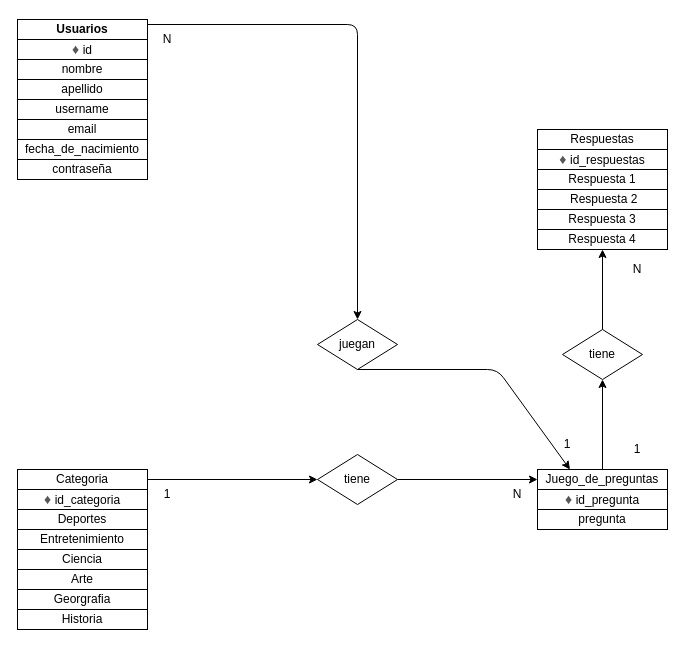
The draw.io diagram DER/DER 2.drawio in nelsonfacundo/proyecto, before the edit. Source tidied: cells renumbered, new cells numbered last; positions are measured from the earlier drawing's top-left corner, leaving out a move shared by most shapes. Both pictures are drawn from the tidied source at 100%, with x=0, y=0 at pixel (17, 19).
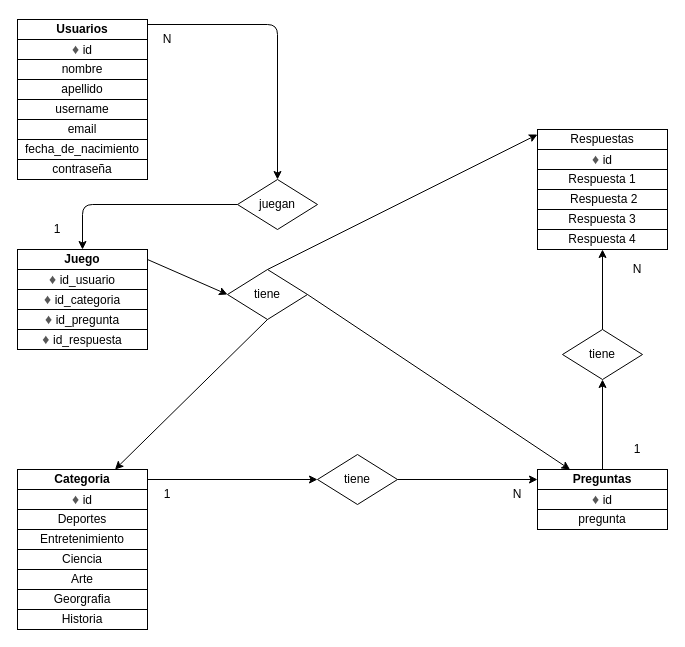
After the change.

Commit message:
modifico DER

Unchanged cells that the change refers to:
```xml
<mxCell id="2" value="&lt;b&gt;Usuarios&lt;/b&gt;" style="rounded=0;whiteSpace=wrap;html=1;" parent="1" vertex="1">
  <mxGeometry width="130" height="20" as="geometry" />
</mxCell>
<mxCell id="19" value="Respuestas" style="rounded=0;whiteSpace=wrap;html=1;" parent="1" vertex="1">
  <mxGeometry x="520" y="110" width="130" height="20" as="geometry" />
</mxCell>
```

Diff of the diagram source:
```diff
@@
-    <mxCell id="10" value="Categoria" style="rounded=0;whiteSpace=wrap;html=1;" parent="1" vertex="1">
+    <mxCell id="10" value="&lt;b&gt;Categoria&lt;/b&gt;" style="rounded=0;whiteSpace=wrap;html=1;" parent="1" vertex="1">
       <mxGeometry y="450" width="130" height="20" as="geometry" />
     </mxCell>
-    <mxCell id="11" value="&lt;span style=&quot;color: rgb(87 , 87 , 87) ; font-family: &amp;#34;lato&amp;#34; , &amp;#34;roboto&amp;#34; , &amp;#34;helvetica&amp;#34; , &amp;#34;helvetica neue&amp;#34; , &amp;#34;arial&amp;#34; , sans-serif ; font-size: 14px ; background-color: rgb(255 , 255 , 255)&quot;&gt;♦&amp;nbsp;&lt;/span&gt;id_categoria" style="rounded=0;whiteSpace=wrap;html=1;" parent="1" vertex="1">
+    <mxCell id="11" value="&lt;span style=&quot;color: rgb(87 , 87 , 87) ; font-family: &amp;#34;lato&amp;#34; , &amp;#34;roboto&amp;#34; , &amp;#34;helvetica&amp;#34; , &amp;#34;helvetica neue&amp;#34; , &amp;#34;arial&amp;#34; , sans-serif ; font-size: 14px ; background-color: rgb(255 , 255 , 255)&quot;&gt;♦&amp;nbsp;&lt;/span&gt;id" style="rounded=0;whiteSpace=wrap;html=1;" parent="1" vertex="1">
       <mxGeometry y="470" width="130" height="20" as="geometry" />
     </mxCell>
@@
-    <mxCell id="17" value="Juego_de_preguntas" style="rounded=0;whiteSpace=wrap;html=1;" parent="1" vertex="1">
+    <mxCell id="17" value="&lt;b&gt;Preguntas&lt;/b&gt;" style="rounded=0;whiteSpace=wrap;html=1;" parent="1" vertex="1">
       <mxGeometry x="520" y="450" width="130" height="20" as="geometry" />
     </mxCell>
-    <mxCell id="18" value="&lt;span style=&quot;color: rgb(87 , 87 , 87) ; font-family: &amp;#34;lato&amp;#34; , &amp;#34;roboto&amp;#34; , &amp;#34;helvetica&amp;#34; , &amp;#34;helvetica neue&amp;#34; , &amp;#34;arial&amp;#34; , sans-serif ; font-size: 14px ; background-color: rgb(255 , 255 , 255)&quot;&gt;♦&amp;nbsp;&lt;/span&gt;id_pregunta" style="rounded=0;whiteSpace=wrap;html=1;" parent="1" vertex="1">
+    <mxCell id="18" value="&lt;span style=&quot;color: rgb(87 , 87 , 87) ; font-family: &amp;#34;lato&amp;#34; , &amp;#34;roboto&amp;#34; , &amp;#34;helvetica&amp;#34; , &amp;#34;helvetica neue&amp;#34; , &amp;#34;arial&amp;#34; , sans-serif ; font-size: 14px ; background-color: rgb(255 , 255 , 255)&quot;&gt;♦&amp;nbsp;&lt;/span&gt;id" style="rounded=0;whiteSpace=wrap;html=1;" parent="1" vertex="1">
       <mxGeometry x="520" y="470" width="130" height="20" as="geometry" />
     </mxCell>
@@
     <mxCell id="34" value="juegan" style="rhombus;whiteSpace=wrap;html=1;" parent="1" vertex="1">
-      <mxGeometry x="300" y="300" width="80" height="50" as="geometry" />
+      <mxGeometry x="220" y="160" width="80" height="50" as="geometry" />
     </mxCell>
     <mxCell id="35" style="endArrow=classic;html=1;entryX=0.5;entryY=0;entryDx=0;entryDy=0;exitX=1;exitY=0.25;exitDx=0;exitDy=0;" parent="1" edge="1" source="2" target="34">
       <mxGeometry relative="1" as="geometry">
         <Array as="points">
-          <mxPoint x="340" y="5" />
+          <mxPoint x="260" y="5" />
         </Array>
       </mxGeometry>
     </mxCell>
-    <mxCell id="36" style="endArrow=classic;html=1;exitX=0.5;exitY=1;exitDx=0;exitDy=0;entryX=0.25;entryY=0;entryDx=0;entryDy=0;" parent="1" edge="1" source="34" target="17">
+    <mxCell id="36" style="endArrow=classic;html=1;exitX=0;exitY=0.5;exitDx=0;exitDy=0;entryX=0.5;entryY=0;entryDx=0;entryDy=0;" parent="1" edge="1" source="34" target="42">
       <mxGeometry relative="1" as="geometry">
         <Array as="points">
-          <mxPoint x="480" y="350" />
+          <mxPoint x="65" y="185" />
         </Array>
       </mxGeometry>
     </mxCell>
@@
     <mxCell id="38" value="1" style="text;html=1;strokeColor=none;fillColor=none;align=center;verticalAlign=middle;whiteSpace=wrap;rounded=0;" parent="1" vertex="1">
-      <mxGeometry x="530" y="415" width="40" height="20" as="geometry" />
+      <mxGeometry x="20" y="200" width="40" height="20" as="geometry" />
     </mxCell>
@@
-    <mxCell id="40" value="&lt;span style=&quot;color: rgb(87 , 87 , 87) ; font-family: &amp;#34;lato&amp;#34; , &amp;#34;roboto&amp;#34; , &amp;#34;helvetica&amp;#34; , &amp;#34;helvetica neue&amp;#34; , &amp;#34;arial&amp;#34; , sans-serif ; font-size: 14px ; background-color: rgb(255 , 255 , 255)&quot;&gt;♦&amp;nbsp;&lt;/span&gt;id_respuestas" style="rounded=0;whiteSpace=wrap;html=1;" parent="1" vertex="1">
+    <mxCell id="40" value="&lt;span style=&quot;color: rgb(87 , 87 , 87) ; font-family: &amp;#34;lato&amp;#34; , &amp;#34;roboto&amp;#34; , &amp;#34;helvetica&amp;#34; , &amp;#34;helvetica neue&amp;#34; , &amp;#34;arial&amp;#34; , sans-serif ; font-size: 14px ; background-color: rgb(255 , 255 , 255)&quot;&gt;♦&amp;nbsp;&lt;/span&gt;id" style="rounded=0;whiteSpace=wrap;html=1;" parent="1" vertex="1">
       <mxGeometry x="520" y="130" width="130" height="20" as="geometry" />
     </mxCell>
@@
+    <mxCell id="42" value="&lt;b&gt;Juego&lt;/b&gt;" style="rounded=0;whiteSpace=wrap;html=1;" parent="1" vertex="1">
+      <mxGeometry y="230" width="130" height="20" as="geometry" />
+    </mxCell>
+    <mxCell id="43" value="&lt;span style=&quot;color: rgb(87 , 87 , 87) ; font-family: &amp;#34;lato&amp;#34; , &amp;#34;roboto&amp;#34; , &amp;#34;helvetica&amp;#34; , &amp;#34;helvetica neue&amp;#34; , &amp;#34;arial&amp;#34; , sans-serif ; font-size: 14px ; background-color: rgb(255 , 255 , 255)&quot;&gt;♦&amp;nbsp;&lt;/span&gt;id_usuario" style="rounded=0;whiteSpace=wrap;html=1;" parent="1" vertex="1">
+      <mxGeometry y="250" width="130" height="20" as="geometry" />
+    </mxCell>
+    <mxCell id="44" value="&lt;span style=&quot;color: rgb(87 , 87 , 87) ; font-family: &amp;#34;lato&amp;#34; , &amp;#34;roboto&amp;#34; , &amp;#34;helvetica&amp;#34; , &amp;#34;helvetica neue&amp;#34; , &amp;#34;arial&amp;#34; , sans-serif ; font-size: 14px ; background-color: rgb(255 , 255 , 255)&quot;&gt;♦&amp;nbsp;&lt;/span&gt;id_categoria" style="rounded=0;whiteSpace=wrap;html=1;" parent="1" vertex="1">
+      <mxGeometry y="270" width="130" height="20" as="geometry" />
+    </mxCell>
+    <mxCell id="45" value="&lt;span style=&quot;white-space: normal ; color: rgb(87 , 87 , 87) ; font-family: &amp;#34;lato&amp;#34; , &amp;#34;roboto&amp;#34; , &amp;#34;helvetica&amp;#34; , &amp;#34;helvetica neue&amp;#34; , &amp;#34;arial&amp;#34; , sans-serif ; font-size: 14px ; background-color: rgb(255 , 255 , 255)&quot;&gt;♦&amp;nbsp;&lt;/span&gt;&lt;span style=&quot;white-space: normal&quot;&gt;id_pregunta&lt;/span&gt;" style="rounded=0;whiteSpace=wrap;html=1;" parent="1" vertex="1">
+      <mxGeometry y="290" width="130" height="20" as="geometry" />
+    </mxCell>
+    <mxCell id="46" value="tiene" style="rhombus;whiteSpace=wrap;html=1;" parent="1" vertex="1">
+      <mxGeometry x="210" y="250" width="80" height="50" as="geometry" />
+    </mxCell>
+    <mxCell id="47" style="endArrow=classic;html=1;entryX=0;entryY=0.25;entryDx=0;entryDy=0;exitX=0.5;exitY=0;exitDx=0;exitDy=0;" parent="1" edge="1" source="46" target="19">
+      <mxGeometry relative="1" as="geometry" />
+    </mxCell>
+    <mxCell id="48" style="endArrow=classic;html=1;entryX=0.75;entryY=0;entryDx=0;entryDy=0;exitX=0.5;exitY=1;exitDx=0;exitDy=0;" parent="1" edge="1" source="46" target="10">
+      <mxGeometry relative="1" as="geometry" />
+    </mxCell>
+    <mxCell id="49" style="endArrow=classic;html=1;exitX=1;exitY=0.5;exitDx=0;exitDy=0;entryX=0.25;entryY=0;entryDx=0;entryDy=0;" parent="1" edge="1" source="46" target="17">
+      <mxGeometry relative="1" as="geometry" />
+    </mxCell>
+    <mxCell id="50" style="endArrow=classic;html=1;exitX=1;exitY=0.5;exitDx=0;exitDy=0;entryX=0;entryY=0.5;entryDx=0;entryDy=0;" parent="1" edge="1" source="42" target="46">
+      <mxGeometry relative="1" as="geometry" />
+    </mxCell>
+    <mxCell id="51" value="&lt;span style=&quot;color: rgb(87 , 87 , 87) ; font-family: &amp;#34;lato&amp;#34; , &amp;#34;roboto&amp;#34; , &amp;#34;helvetica&amp;#34; , &amp;#34;helvetica neue&amp;#34; , &amp;#34;arial&amp;#34; , sans-serif ; font-size: 14px ; background-color: rgb(255 , 255 , 255)&quot;&gt;♦&amp;nbsp;&lt;/span&gt;id_respuesta" style="rounded=0;whiteSpace=wrap;html=1;" parent="1" vertex="1">
+      <mxGeometry y="310" width="130" height="20" as="geometry" />
+    </mxCell>
```
